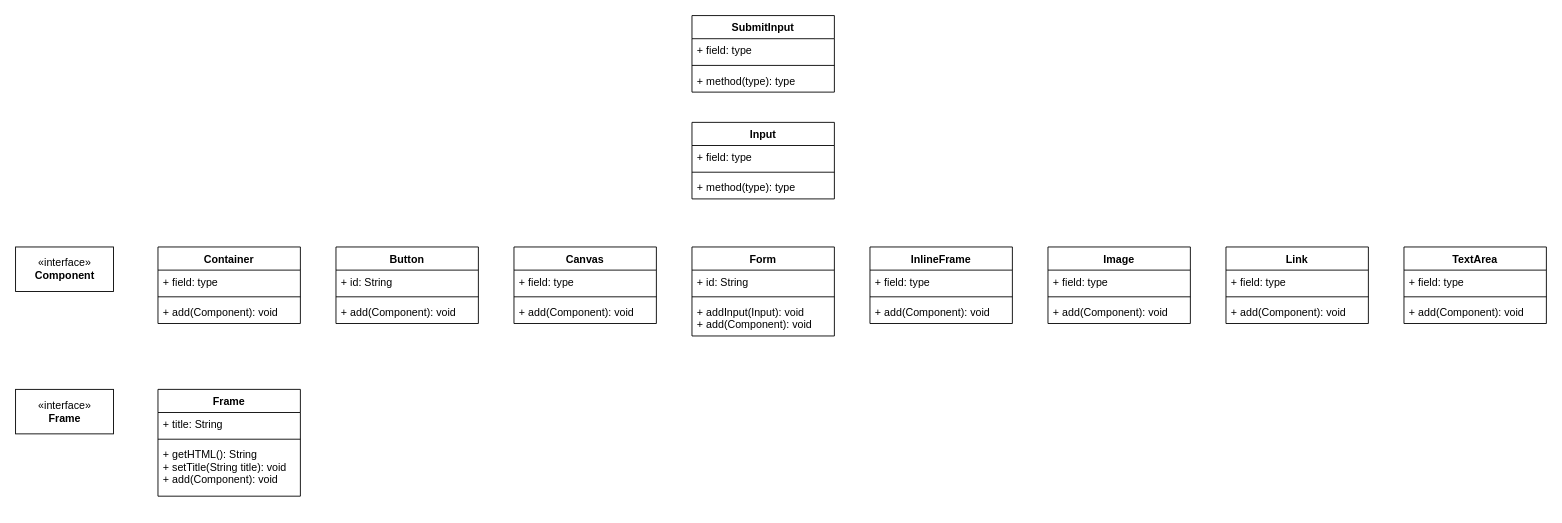
This is page "ComponentSystem" (3 of 3) of plan/WebGraphics.drawio from VelocityPackage/webJ, a draw.io file, before an edit. Source tidied: cells renumbered, new cells numbered last; positions are measured from the earlier drawing's top-left corner, leaving out a move shared by most shapes. Both pictures are drawn from the tidied source at 89%, with x=0, y=0 at pixel (15, 15).
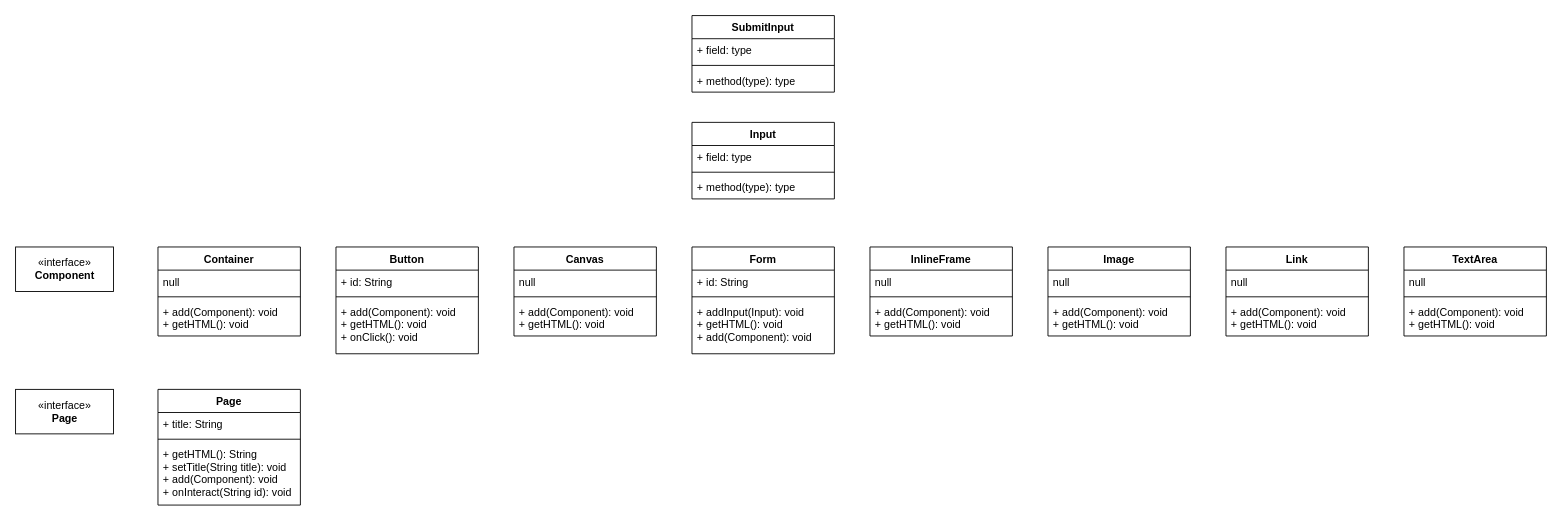
The same diagram, later.

The edit, as a diff of the source:
```diff
@@
     <mxCell id="3" value="Container" style="swimlane;fontStyle=1;align=center;verticalAlign=top;horizontal=1;startSize=26;" parent="1" vertex="1">
-      <mxGeometry x="160" y="260" width="160" height="86" as="geometry" />
+      <mxGeometry x="160" y="260" width="160" height="100" as="geometry" />
     </mxCell>
-    <mxCell id="4" value="+ field: type" style="text;strokeColor=none;fillColor=none;align=left;verticalAlign=top;spacingLeft=4;spacingRight=4;overflow=hidden;" parent="3" vertex="1">
+    <mxCell id="4" value="null" style="text;strokeColor=none;fillColor=none;align=left;verticalAlign=top;spacingLeft=4;spacingRight=4;overflow=hidden;" parent="3" vertex="1">
       <mxGeometry y="26" width="160" height="26" as="geometry" />
     </mxCell>
@@
-    <mxCell id="6" value="+ add(Component): void" style="text;strokeColor=none;fillColor=none;align=left;verticalAlign=top;spacingLeft=4;spacingRight=4;overflow=hidden;" parent="3" vertex="1">
-      <mxGeometry y="60" width="160" height="26" as="geometry" />
+    <mxCell id="6" value="+ add(Component): void&#10;+ getHTML(): void" style="text;strokeColor=none;fillColor=none;align=left;verticalAlign=top;spacingLeft=4;spacingRight=4;overflow=hidden;" parent="3" vertex="1">
+      <mxGeometry y="60" width="160" height="40" as="geometry" />
     </mxCell>
     <mxCell id="7" value="Button" style="swimlane;fontStyle=1;align=center;verticalAlign=top;horizontal=1;startSize=26;" parent="1" vertex="1">
-      <mxGeometry x="360" y="260" width="160" height="86" as="geometry" />
+      <mxGeometry x="360" y="260" width="160" height="120" as="geometry" />
     </mxCell>
@@
-    <mxCell id="10" value="+ add(Component): void" style="text;strokeColor=none;fillColor=none;align=left;verticalAlign=top;spacingLeft=4;spacingRight=4;overflow=hidden;" parent="7" vertex="1">
-      <mxGeometry y="60" width="160" height="26" as="geometry" />
+    <mxCell id="10" value="+ add(Component): void&#10;+ getHTML(): void&#10;+ onClick(): void" style="text;strokeColor=none;fillColor=none;align=left;verticalAlign=top;spacingLeft=4;spacingRight=4;overflow=hidden;" parent="7" vertex="1">
+      <mxGeometry y="60" width="160" height="60" as="geometry" />
     </mxCell>
     <mxCell id="11" value="Canvas" style="swimlane;fontStyle=1;align=center;verticalAlign=top;horizontal=1;startSize=26;" parent="1" vertex="1">
-      <mxGeometry x="560" y="260" width="160" height="86" as="geometry" />
+      <mxGeometry x="560" y="260" width="160" height="100" as="geometry" />
     </mxCell>
-    <mxCell id="12" value="+ field: type" style="text;strokeColor=none;fillColor=none;align=left;verticalAlign=top;spacingLeft=4;spacingRight=4;overflow=hidden;" parent="11" vertex="1">
+    <mxCell id="12" value="null" style="text;strokeColor=none;fillColor=none;align=left;verticalAlign=top;spacingLeft=4;spacingRight=4;overflow=hidden;" parent="11" vertex="1">
       <mxGeometry y="26" width="160" height="26" as="geometry" />
     </mxCell>
@@
-    <mxCell id="14" value="+ add(Component): void" style="text;strokeColor=none;fillColor=none;align=left;verticalAlign=top;spacingLeft=4;spacingRight=4;overflow=hidden;" parent="11" vertex="1">
-      <mxGeometry y="60" width="160" height="26" as="geometry" />
+    <mxCell id="14" value="+ add(Component): void&#10;+ getHTML(): void" style="text;strokeColor=none;fillColor=none;align=left;verticalAlign=top;spacingLeft=4;spacingRight=4;overflow=hidden;" parent="11" vertex="1">
+      <mxGeometry y="60" width="160" height="40" as="geometry" />
     </mxCell>
     <mxCell id="15" value="Form" style="swimlane;fontStyle=1;align=center;verticalAlign=top;horizontal=1;startSize=26;" parent="1" vertex="1">
-      <mxGeometry x="760" y="260" width="160" height="100" as="geometry" />
+      <mxGeometry x="760" y="260" width="160" height="120" as="geometry" />
     </mxCell>
@@
-    <mxCell id="18" value="+ addInput(Input): void&#10;+ add(Component): void" style="text;strokeColor=none;fillColor=none;align=left;verticalAlign=top;spacingLeft=4;spacingRight=4;overflow=hidden;" parent="15" vertex="1">
-      <mxGeometry y="60" width="160" height="40" as="geometry" />
+    <mxCell id="18" value="+ addInput(Input): void&#10;+ getHTML(): void&#10;+ add(Component): void" style="text;strokeColor=none;fillColor=none;align=left;verticalAlign=top;spacingLeft=4;spacingRight=4;overflow=hidden;" parent="15" vertex="1">
+      <mxGeometry y="60" width="160" height="60" as="geometry" />
     </mxCell>
     <mxCell id="19" value="InlineFrame" style="swimlane;fontStyle=1;align=center;verticalAlign=top;horizontal=1;startSize=26;" parent="1" vertex="1">
-      <mxGeometry x="960" y="260" width="160" height="86" as="geometry" />
+      <mxGeometry x="960" y="260" width="160" height="100" as="geometry" />
     </mxCell>
-    <mxCell id="20" value="+ field: type" style="text;strokeColor=none;fillColor=none;align=left;verticalAlign=top;spacingLeft=4;spacingRight=4;overflow=hidden;" parent="19" vertex="1">
+    <mxCell id="20" value="null" style="text;strokeColor=none;fillColor=none;align=left;verticalAlign=top;spacingLeft=4;spacingRight=4;overflow=hidden;" parent="19" vertex="1">
       <mxGeometry y="26" width="160" height="26" as="geometry" />
     </mxCell>
@@
-    <mxCell id="22" value="+ add(Component): void" style="text;strokeColor=none;fillColor=none;align=left;verticalAlign=top;spacingLeft=4;spacingRight=4;overflow=hidden;" parent="19" vertex="1">
-      <mxGeometry y="60" width="160" height="26" as="geometry" />
+    <mxCell id="22" value="+ add(Component): void&#10;+ getHTML(): void" style="text;strokeColor=none;fillColor=none;align=left;verticalAlign=top;spacingLeft=4;spacingRight=4;overflow=hidden;" parent="19" vertex="1">
+      <mxGeometry y="60" width="160" height="40" as="geometry" />
     </mxCell>
     <mxCell id="23" value="Image" style="swimlane;fontStyle=1;align=center;verticalAlign=top;horizontal=1;startSize=26;" parent="1" vertex="1">
-      <mxGeometry x="1160" y="260" width="160" height="86" as="geometry" />
+      <mxGeometry x="1160" y="260" width="160" height="100" as="geometry" />
     </mxCell>
-    <mxCell id="24" value="+ field: type" style="text;strokeColor=none;fillColor=none;align=left;verticalAlign=top;spacingLeft=4;spacingRight=4;overflow=hidden;" parent="23" vertex="1">
+    <mxCell id="24" value="null" style="text;strokeColor=none;fillColor=none;align=left;verticalAlign=top;spacingLeft=4;spacingRight=4;overflow=hidden;" parent="23" vertex="1">
       <mxGeometry y="26" width="160" height="26" as="geometry" />
     </mxCell>
@@
-    <mxCell id="26" value="+ add(Component): void" style="text;strokeColor=none;fillColor=none;align=left;verticalAlign=top;spacingLeft=4;spacingRight=4;overflow=hidden;" parent="23" vertex="1">
-      <mxGeometry y="60" width="160" height="26" as="geometry" />
-    </mxCell>
+    <mxCell id="48" value="+ add(Component): void&#10;+ getHTML(): void" style="text;strokeColor=none;fillColor=none;align=left;verticalAlign=top;spacingLeft=4;spacingRight=4;overflow=hidden;" parent="23" vertex="1">
+      <mxGeometry y="60" width="160" height="40" as="geometry" />
+    </mxCell>
     <mxCell id="27" value="Link" style="swimlane;fontStyle=1;align=center;verticalAlign=top;horizontal=1;startSize=26;" parent="1" vertex="1">
-      <mxGeometry x="1360" y="260" width="160" height="86" as="geometry" />
+      <mxGeometry x="1360" y="260" width="160" height="100" as="geometry" />
     </mxCell>
-    <mxCell id="28" value="+ field: type" style="text;strokeColor=none;fillColor=none;align=left;verticalAlign=top;spacingLeft=4;spacingRight=4;overflow=hidden;" parent="27" vertex="1">
+    <mxCell id="28" value="null" style="text;strokeColor=none;fillColor=none;align=left;verticalAlign=top;spacingLeft=4;spacingRight=4;overflow=hidden;" parent="27" vertex="1">
       <mxGeometry y="26" width="160" height="26" as="geometry" />
     </mxCell>
@@
-    <mxCell id="30" value="+ add(Component): void" style="text;strokeColor=none;fillColor=none;align=left;verticalAlign=top;spacingLeft=4;spacingRight=4;overflow=hidden;" parent="27" vertex="1">
-      <mxGeometry y="60" width="160" height="26" as="geometry" />
-    </mxCell>
+    <mxCell id="49" value="+ add(Component): void&#10;+ getHTML(): void" style="text;strokeColor=none;fillColor=none;align=left;verticalAlign=top;spacingLeft=4;spacingRight=4;overflow=hidden;" parent="27" vertex="1">
+      <mxGeometry y="60" width="160" height="40" as="geometry" />
+    </mxCell>
     <mxCell id="31" value="TextArea" style="swimlane;fontStyle=1;align=center;verticalAlign=top;horizontal=1;startSize=26;" parent="1" vertex="1">
-      <mxGeometry x="1560" y="260" width="160" height="86" as="geometry" />
+      <mxGeometry x="1560" y="260" width="160" height="100" as="geometry" />
     </mxCell>
-    <mxCell id="32" value="+ field: type" style="text;strokeColor=none;fillColor=none;align=left;verticalAlign=top;spacingLeft=4;spacingRight=4;overflow=hidden;" parent="31" vertex="1">
+    <mxCell id="32" value="null" style="text;strokeColor=none;fillColor=none;align=left;verticalAlign=top;spacingLeft=4;spacingRight=4;overflow=hidden;" parent="31" vertex="1">
       <mxGeometry y="26" width="160" height="26" as="geometry" />
     </mxCell>
@@
-    <mxCell id="34" value="+ add(Component): void" style="text;strokeColor=none;fillColor=none;align=left;verticalAlign=top;spacingLeft=4;spacingRight=4;overflow=hidden;" parent="31" vertex="1">
-      <mxGeometry y="60" width="160" height="26" as="geometry" />
-    </mxCell>
+    <mxCell id="50" value="+ add(Component): void&#10;+ getHTML(): void" style="text;strokeColor=none;fillColor=none;align=left;verticalAlign=top;spacingLeft=4;spacingRight=4;overflow=hidden;" parent="31" vertex="1">
+      <mxGeometry y="60" width="160" height="40" as="geometry" />
+    </mxCell>
@@
-    <mxCell id="43" value="«interface»&lt;br&gt;&lt;b&gt;Frame&lt;/b&gt;" style="html=1;" parent="1" vertex="1">
+    <mxCell id="43" value="«interface»&lt;br&gt;&lt;b&gt;Page&lt;/b&gt;" style="html=1;" parent="1" vertex="1">
       <mxGeometry y="420" width="110" height="50" as="geometry" />
     </mxCell>
-    <mxCell id="44" value="Frame" style="swimlane;fontStyle=1;align=center;verticalAlign=top;horizontal=1;startSize=26;" parent="1" vertex="1">
-      <mxGeometry x="160" y="420" width="160" height="120" as="geometry" />
+    <mxCell id="44" value="Page" style="swimlane;fontStyle=1;align=center;verticalAlign=top;horizontal=1;startSize=26;" parent="1" vertex="1">
+      <mxGeometry x="160" y="420" width="160" height="130" as="geometry" />
     </mxCell>
@@
-    <mxCell id="47" value="+ getHTML(): String&#10;+ setTitle(String title): void&#10;+ add(Component): void" style="text;strokeColor=none;fillColor=none;align=left;verticalAlign=top;spacingLeft=4;spacingRight=4;overflow=hidden;" parent="44" vertex="1">
-      <mxGeometry y="60" width="160" height="60" as="geometry" />
+    <mxCell id="47" value="+ getHTML(): String&#10;+ setTitle(String title): void&#10;+ add(Component): void&#10;+ onInteract(String id): void" style="text;strokeColor=none;fillColor=none;align=left;verticalAlign=top;spacingLeft=4;spacingRight=4;overflow=hidden;" parent="44" vertex="1">
+      <mxGeometry y="60" width="160" height="70" as="geometry" />
     </mxCell>
```
